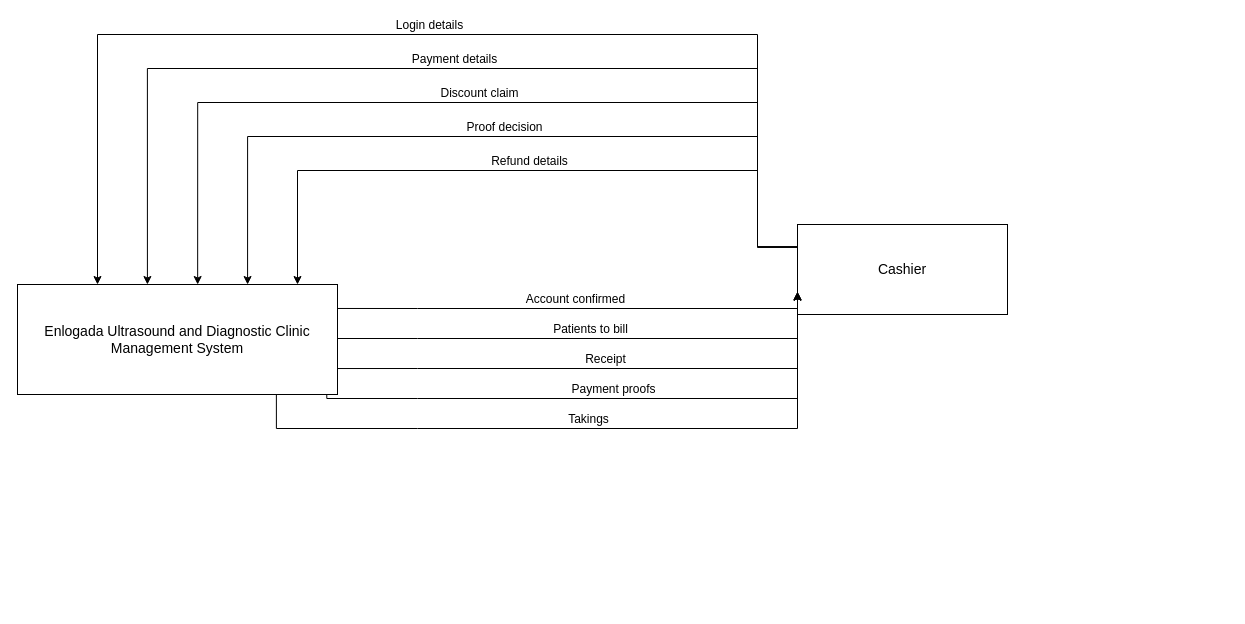
This is page "Cashier" (5 of 9) of docs/diagrams/dfd-level0.drawio from steven23lz/Enlogada-Clinic-Management-System, a draw.io file, before an edit. Source tidied: cells renumbered, new cells numbered last; positions are measured from the earlier drawing's top-left corner, leaving out a move shared by most shapes. Both pictures are drawn from the tidied source at 100%, with x=0, y=0 at pixel (17, 34).
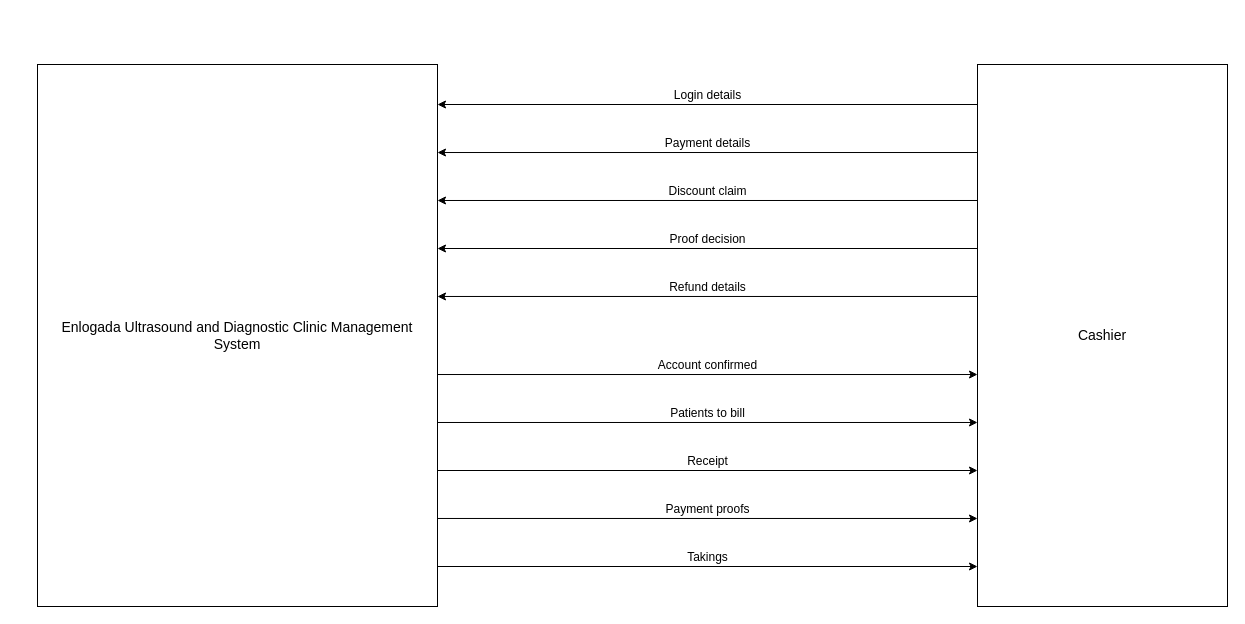
After the change.

The edit, as a diff of the source:
```diff
@@
     <mxCell id="2" value="Enlogada Ultrasound and Diagnostic Clinic Management System" style="rounded=0;whiteSpace=wrap;html=1;verticalAlign=middle;fontFamily=Helvetica;fontSize=14;fontColor=#000000;strokeColor=#000000;" parent="1" vertex="1">
-      <mxGeometry y="250" width="320" height="110" as="geometry" />
+      <mxGeometry x="20" y="30" width="400" height="542" as="geometry" />
     </mxCell>
     <mxCell id="3" value="Cashier" style="rounded=0;whiteSpace=wrap;html=1;fontFamily=Helvetica;fontSize=14;fontColor=#000000;strokeColor=#000000;" parent="1" vertex="1">
-      <mxGeometry x="780" y="190" width="210" height="90" as="geometry" />
+      <mxGeometry x="960" y="30" width="250" height="542" as="geometry" />
     </mxCell>
-    <mxCell id="4" value="Login details" style="edgeStyle=orthogonalEdgeStyle;rounded=0;html=1;verticalAlign=bottom;fontFamily=Helvetica;fontSize=12;fontColor=#000000;strokeColor=#000000;exitX=0;exitY=0.25;exitDx=0;exitDy=0;entryX=0.250;entryY=0;entryDx=0;entryDy=0;" parent="1" edge="1" source="3" target="2">
-      <mxGeometry relative="1" as="geometry">
-        <Array as="points">
-          <mxPoint x="740" />
-          <mxPoint x="80" />
-        </Array>
-      </mxGeometry>
+    <mxCell id="4" value="Login details" style="edgeStyle=orthogonalEdgeStyle;rounded=0;html=1;verticalAlign=bottom;fontFamily=Helvetica;fontSize=12;fontColor=#000000;strokeColor=#000000;exitX=0;entryX=1;exitY=0.0738;exitDx=0;exitDy=0;entryY=0.0738;entryDx=0;entryDy=0;" parent="1" edge="1" source="3" target="2">
+      <mxGeometry relative="1" as="geometry" />
     </mxCell>
-    <mxCell id="5" value="Payment details" style="edgeStyle=orthogonalEdgeStyle;rounded=0;html=1;verticalAlign=bottom;fontFamily=Helvetica;fontSize=12;fontColor=#000000;strokeColor=#000000;exitX=0;exitY=0.25;exitDx=0;exitDy=0;entryX=0.406;entryY=0;entryDx=0;entryDy=0;" parent="1" edge="1" source="3" target="2">
-      <mxGeometry relative="1" as="geometry">
-        <Array as="points">
-          <mxPoint x="740" y="34" />
-          <mxPoint x="130" y="34" />
-        </Array>
-      </mxGeometry>
+    <mxCell id="5" value="Payment details" style="edgeStyle=orthogonalEdgeStyle;rounded=0;html=1;verticalAlign=bottom;fontFamily=Helvetica;fontSize=12;fontColor=#000000;strokeColor=#000000;exitX=0;entryX=1;exitY=0.1624;exitDx=0;exitDy=0;entryY=0.1624;entryDx=0;entryDy=0;" parent="1" edge="1" source="3" target="2">
+      <mxGeometry relative="1" as="geometry" />
     </mxCell>
-    <mxCell id="6" value="Discount claim" style="edgeStyle=orthogonalEdgeStyle;rounded=0;html=1;verticalAlign=bottom;fontFamily=Helvetica;fontSize=12;fontColor=#000000;strokeColor=#000000;exitX=0;exitY=0.25;exitDx=0;exitDy=0;entryX=0.563;entryY=0;entryDx=0;entryDy=0;" parent="1" edge="1" source="3" target="2">
-      <mxGeometry relative="1" as="geometry">
-        <Array as="points">
-          <mxPoint x="740" y="68" />
-          <mxPoint x="180" y="68" />
-        </Array>
-      </mxGeometry>
+    <mxCell id="6" value="Discount claim" style="edgeStyle=orthogonalEdgeStyle;rounded=0;html=1;verticalAlign=bottom;fontFamily=Helvetica;fontSize=12;fontColor=#000000;strokeColor=#000000;exitX=0;entryX=1;exitY=0.2509;exitDx=0;exitDy=0;entryY=0.2509;entryDx=0;entryDy=0;" parent="1" edge="1" source="3" target="2">
+      <mxGeometry relative="1" as="geometry" />
     </mxCell>
-    <mxCell id="7" value="Proof decision" style="edgeStyle=orthogonalEdgeStyle;rounded=0;html=1;verticalAlign=bottom;fontFamily=Helvetica;fontSize=12;fontColor=#000000;strokeColor=#000000;exitX=0;exitY=0.25;exitDx=0;exitDy=0;entryX=0.719;entryY=0;entryDx=0;entryDy=0;" parent="1" edge="1" source="3" target="2">
-      <mxGeometry relative="1" as="geometry">
-        <Array as="points">
-          <mxPoint x="740" y="102" />
-          <mxPoint x="230" y="102" />
-        </Array>
-      </mxGeometry>
+    <mxCell id="7" value="Proof decision" style="edgeStyle=orthogonalEdgeStyle;rounded=0;html=1;verticalAlign=bottom;fontFamily=Helvetica;fontSize=12;fontColor=#000000;strokeColor=#000000;exitX=0;entryX=1;exitY=0.3395;exitDx=0;exitDy=0;entryY=0.3395;entryDx=0;entryDy=0;" parent="1" edge="1" source="3" target="2">
+      <mxGeometry relative="1" as="geometry" />
     </mxCell>
-    <mxCell id="8" value="Refund details" style="edgeStyle=orthogonalEdgeStyle;rounded=0;html=1;verticalAlign=bottom;fontFamily=Helvetica;fontSize=12;fontColor=#000000;strokeColor=#000000;exitX=0;exitY=0.25;exitDx=0;exitDy=0;entryX=0.875;entryY=0;entryDx=0;entryDy=0;" parent="1" edge="1" source="3" target="2">
-      <mxGeometry relative="1" as="geometry">
-        <Array as="points">
-          <mxPoint x="740" y="136" />
-          <mxPoint x="280" y="136" />
-        </Array>
-      </mxGeometry>
+    <mxCell id="8" value="Refund details" style="edgeStyle=orthogonalEdgeStyle;rounded=0;html=1;verticalAlign=bottom;fontFamily=Helvetica;fontSize=12;fontColor=#000000;strokeColor=#000000;exitX=0;entryX=1;exitY=0.4280;exitDx=0;exitDy=0;entryY=0.4280;entryDx=0;entryDy=0;" parent="1" edge="1" source="3" target="2">
+      <mxGeometry relative="1" as="geometry" />
     </mxCell>
-    <mxCell id="9" value="Account confirmed" style="edgeStyle=orthogonalEdgeStyle;rounded=0;html=1;verticalAlign=bottom;fontFamily=Helvetica;fontSize=12;fontColor=#000000;strokeColor=#000000;exitX=1;exitY=0.218;exitDx=0;exitDy=0;entryX=0;entryY=0.75;entryDx=0;entryDy=0;" parent="1" edge="1" source="2" target="3">
-      <mxGeometry relative="1" as="geometry">
-        <Array as="points">
-          <mxPoint x="400" y="274" />
-          <mxPoint x="740" y="274" />
-        </Array>
-      </mxGeometry>
+    <mxCell id="9" value="Account confirmed" style="edgeStyle=orthogonalEdgeStyle;rounded=0;html=1;verticalAlign=bottom;fontFamily=Helvetica;fontSize=12;fontColor=#000000;strokeColor=#000000;exitX=1;entryX=0;exitY=0.5720;exitDx=0;exitDy=0;entryY=0.5720;entryDx=0;entryDy=0;" parent="1" edge="1" source="2" target="3">
+      <mxGeometry relative="1" as="geometry" />
     </mxCell>
-    <mxCell id="10" value="Patients to bill" style="edgeStyle=orthogonalEdgeStyle;rounded=0;html=1;verticalAlign=bottom;fontFamily=Helvetica;fontSize=12;fontColor=#000000;strokeColor=#000000;exitX=1;exitY=0.491;exitDx=0;exitDy=0;entryX=0;entryY=0.75;entryDx=0;entryDy=0;" parent="1" edge="1" source="2" target="3">
-      <mxGeometry relative="1" as="geometry">
-        <Array as="points">
-          <mxPoint x="400" y="304" />
-          <mxPoint x="740" y="304" />
-        </Array>
-      </mxGeometry>
+    <mxCell id="10" value="Patients to bill" style="edgeStyle=orthogonalEdgeStyle;rounded=0;html=1;verticalAlign=bottom;fontFamily=Helvetica;fontSize=12;fontColor=#000000;strokeColor=#000000;exitX=1;entryX=0;exitY=0.6605;exitDx=0;exitDy=0;entryY=0.6605;entryDx=0;entryDy=0;" parent="1" edge="1" source="2" target="3">
+      <mxGeometry relative="1" as="geometry" />
     </mxCell>
-    <mxCell id="11" value="Receipt" style="edgeStyle=orthogonalEdgeStyle;rounded=0;html=1;verticalAlign=bottom;fontFamily=Helvetica;fontSize=12;fontColor=#000000;strokeColor=#000000;exitX=1;exitY=0.764;exitDx=0;exitDy=0;entryX=0;entryY=0.75;entryDx=0;entryDy=0;" parent="1" edge="1" source="2" target="3">
-      <mxGeometry relative="1" as="geometry">
-        <Array as="points">
-          <mxPoint x="400" y="334" />
-          <mxPoint x="740" y="334" />
-        </Array>
-      </mxGeometry>
+    <mxCell id="11" value="Receipt" style="edgeStyle=orthogonalEdgeStyle;rounded=0;html=1;verticalAlign=bottom;fontFamily=Helvetica;fontSize=12;fontColor=#000000;strokeColor=#000000;exitX=1;entryX=0;exitY=0.7491;exitDx=0;exitDy=0;entryY=0.7491;entryDx=0;entryDy=0;" parent="1" edge="1" source="2" target="3">
+      <mxGeometry relative="1" as="geometry" />
     </mxCell>
-    <mxCell id="12" value="Payment proofs" style="edgeStyle=orthogonalEdgeStyle;rounded=0;html=1;verticalAlign=bottom;fontFamily=Helvetica;fontSize=12;fontColor=#000000;strokeColor=#000000;exitX=1;exitY=1.036;exitDx=0;exitDy=0;entryX=0;entryY=0.75;entryDx=0;entryDy=0;" parent="1" edge="1" source="2" target="3">
-      <mxGeometry relative="1" as="geometry">
-        <Array as="points">
-          <mxPoint x="400" y="364" />
-          <mxPoint x="740" y="364" />
-        </Array>
-      </mxGeometry>
+    <mxCell id="12" value="Payment proofs" style="edgeStyle=orthogonalEdgeStyle;rounded=0;html=1;verticalAlign=bottom;fontFamily=Helvetica;fontSize=12;fontColor=#000000;strokeColor=#000000;exitX=1;entryX=0;exitY=0.8376;exitDx=0;exitDy=0;entryY=0.8376;entryDx=0;entryDy=0;" parent="1" edge="1" source="2" target="3">
+      <mxGeometry relative="1" as="geometry" />
     </mxCell>
-    <mxCell id="13" value="Takings" style="edgeStyle=orthogonalEdgeStyle;rounded=0;html=1;verticalAlign=bottom;fontFamily=Helvetica;fontSize=12;fontColor=#000000;strokeColor=#000000;exitX=1;exitY=1.309;exitDx=0;exitDy=0;entryX=0;entryY=0.75;entryDx=0;entryDy=0;" parent="1" edge="1" source="2" target="3">
-      <mxGeometry relative="1" as="geometry">
-        <Array as="points">
-          <mxPoint x="400" y="394" />
-          <mxPoint x="740" y="394" />
-        </Array>
-      </mxGeometry>
+    <mxCell id="13" value="Takings" style="edgeStyle=orthogonalEdgeStyle;rounded=0;html=1;verticalAlign=bottom;fontFamily=Helvetica;fontSize=12;fontColor=#000000;strokeColor=#000000;exitX=1;entryX=0;exitY=0.9262;exitDx=0;exitDy=0;entryY=0.9262;entryDx=0;entryDy=0;" parent="1" edge="1" source="2" target="3">
+      <mxGeometry relative="1" as="geometry" />
     </mxCell>
```
